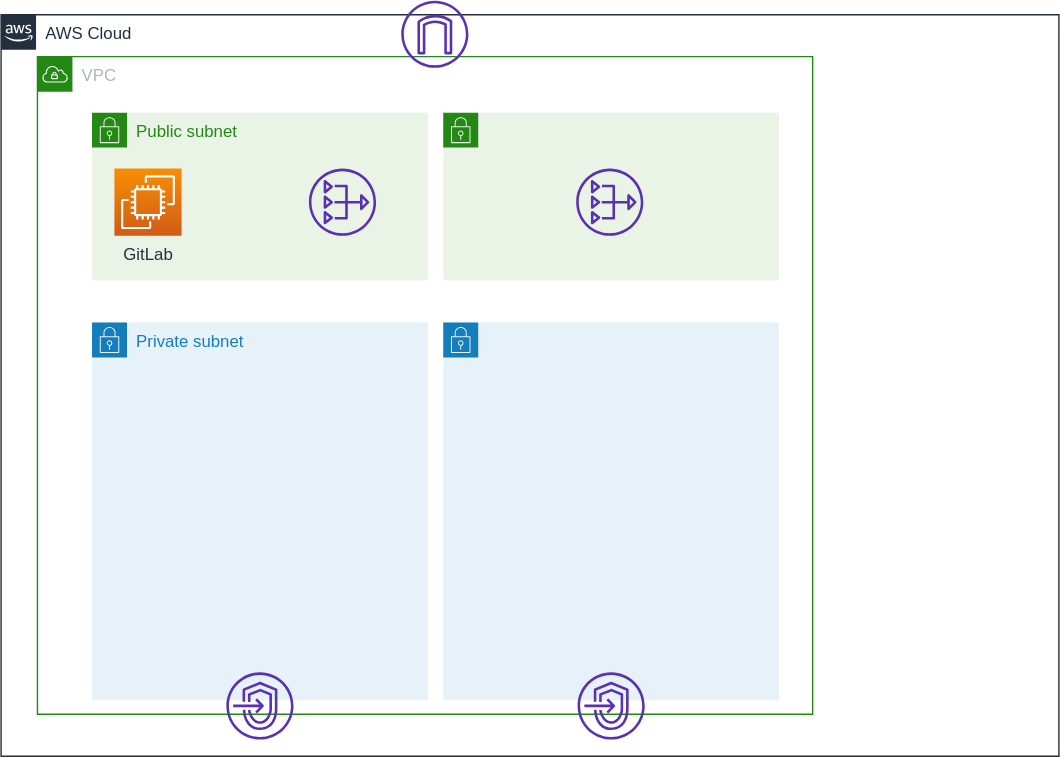
This is documents/images/use-gitlab.svg from moriryota62/ecs-cicd, a draw.io export, as it was before one commit. Source tidied: cells renumbered, new cells last; positions are measured from the earlier drawing's top-left corner, leaving out a move shared by most shapes. The source it was exported from:
```xml
<mxGraphModel>
  <root>
    <mxCell id="0" />
    <mxCell id="1" parent="0" />
    <mxCell id="2" value="AWS Cloud" style="gradientColor=none;html=1;whiteSpace=wrap;fontSize=12;fontStyle=0;shape=mxgraph.aws4.group;grIcon=mxgraph.aws4.group_aws_cloud_alt;strokeColor=#232F3E;fillColor=none;verticalAlign=top;align=left;spacingLeft=30;fontColor=#232F3E;dashed=0;" parent="1" vertex="1">
      <mxGeometry y="10" width="756" height="530" as="geometry" />
    </mxCell>
    <mxCell id="3" value="VPC" style="gradientColor=none;html=1;whiteSpace=wrap;fontSize=12;fontStyle=0;shape=mxgraph.aws4.group;grIcon=mxgraph.aws4.group_vpc;strokeColor=#248814;fillColor=none;verticalAlign=top;align=left;spacingLeft=30;fontColor=#AAB7B8;dashed=0;" parent="1" vertex="1">
      <mxGeometry x="26" y="40" width="554" height="470" as="geometry" />
    </mxCell>
    <mxCell id="4" value="Public subnet" style="gradientColor=none;html=1;whiteSpace=wrap;fontSize=12;fontStyle=0;shape=mxgraph.aws4.group;grIcon=mxgraph.aws4.group_security_group;grStroke=0;strokeColor=#248814;fillColor=#E9F3E6;verticalAlign=top;align=left;spacingLeft=30;fontColor=#248814;dashed=0;" parent="1" vertex="1">
      <mxGeometry x="65" y="80" width="240" height="120" as="geometry" />
    </mxCell>
    <mxCell id="5" style="gradientColor=none;html=1;whiteSpace=wrap;fontSize=12;fontStyle=0;shape=mxgraph.aws4.group;grIcon=mxgraph.aws4.group_security_group;grStroke=0;strokeColor=#248814;fillColor=#E9F3E6;verticalAlign=top;align=left;spacingLeft=30;fontColor=#248814;dashed=0;" parent="1" vertex="1">
      <mxGeometry x="316" y="80" width="240" height="120" as="geometry" />
    </mxCell>
    <mxCell id="6" value="GitLab" style="fontColor=#232F3E;gradientColor=#F78E04;gradientDirection=north;fillColor=#D05C17;strokeColor=#ffffff;dashed=0;verticalLabelPosition=bottom;verticalAlign=top;align=center;html=1;fontSize=12;fontStyle=0;shape=mxgraph.aws4.resourceIcon;resIcon=mxgraph.aws4.ec2;" parent="1" vertex="1">
      <mxGeometry x="81" y="120" width="48" height="48" as="geometry" />
    </mxCell>
    <mxCell id="7" style="fontColor=#232F3E;gradientColor=none;fillColor=#5A30B5;strokeColor=none;dashed=0;verticalLabelPosition=bottom;verticalAlign=top;align=center;html=1;fontSize=12;fontStyle=0;shape=mxgraph.aws4.internet_gateway;" parent="1" vertex="1">
      <mxGeometry x="286" width="48" height="48" as="geometry" />
    </mxCell>
    <mxCell id="8" value="Private subnet" style="gradientColor=none;html=1;whiteSpace=wrap;fontSize=12;fontStyle=0;shape=mxgraph.aws4.group;grIcon=mxgraph.aws4.group_security_group;grStroke=0;strokeColor=#147EBA;fillColor=#E6F2F8;verticalAlign=top;align=left;spacingLeft=30;fontColor=#147EBA;dashed=0;" parent="1" vertex="1">
      <mxGeometry x="65" y="230" width="240" height="270" as="geometry" />
    </mxCell>
    <mxCell id="9" style="gradientColor=none;html=1;whiteSpace=wrap;fontSize=12;fontStyle=0;shape=mxgraph.aws4.group;grIcon=mxgraph.aws4.group_security_group;grStroke=0;strokeColor=#147EBA;fillColor=#E6F2F8;verticalAlign=top;align=left;spacingLeft=30;fontColor=#147EBA;dashed=0;" parent="1" vertex="1">
      <mxGeometry x="316" y="230" width="240" height="270" as="geometry" />
    </mxCell>
    <mxCell id="10" style="fontColor=#232F3E;gradientColor=none;fillColor=#5A30B5;strokeColor=none;dashed=0;verticalLabelPosition=bottom;verticalAlign=top;align=center;html=1;fontSize=12;fontStyle=0;shape=mxgraph.aws4.nat_gateway;" parent="1" vertex="1">
      <mxGeometry x="411" y="120" width="48" height="48" as="geometry" />
    </mxCell>
    <mxCell id="11" style="fontColor=#232F3E;gradientColor=none;fillColor=#5A30B5;strokeColor=none;dashed=0;verticalLabelPosition=bottom;verticalAlign=top;align=center;html=1;fontSize=12;fontStyle=0;shape=mxgraph.aws4.endpoints;" parent="1" vertex="1">
      <mxGeometry x="161" y="480" width="48" height="48" as="geometry" />
    </mxCell>
    <mxCell id="12" style="fontColor=#232F3E;gradientColor=none;fillColor=#5A30B5;strokeColor=none;dashed=0;verticalLabelPosition=bottom;verticalAlign=top;align=center;html=1;fontSize=12;fontStyle=0;shape=mxgraph.aws4.endpoints;" parent="1" vertex="1">
      <mxGeometry x="412" y="480" width="48" height="48" as="geometry" />
    </mxCell>
    <mxCell id="13" style="fontColor=#232F3E;gradientColor=none;fillColor=#5A30B5;strokeColor=none;dashed=0;verticalLabelPosition=bottom;verticalAlign=top;align=center;html=1;fontSize=12;fontStyle=0;shape=mxgraph.aws4.nat_gateway;" parent="1" vertex="1">
      <mxGeometry x="220" y="120" width="48" height="48" as="geometry" />
    </mxCell>
  </root>
</mxGraphModel>
```
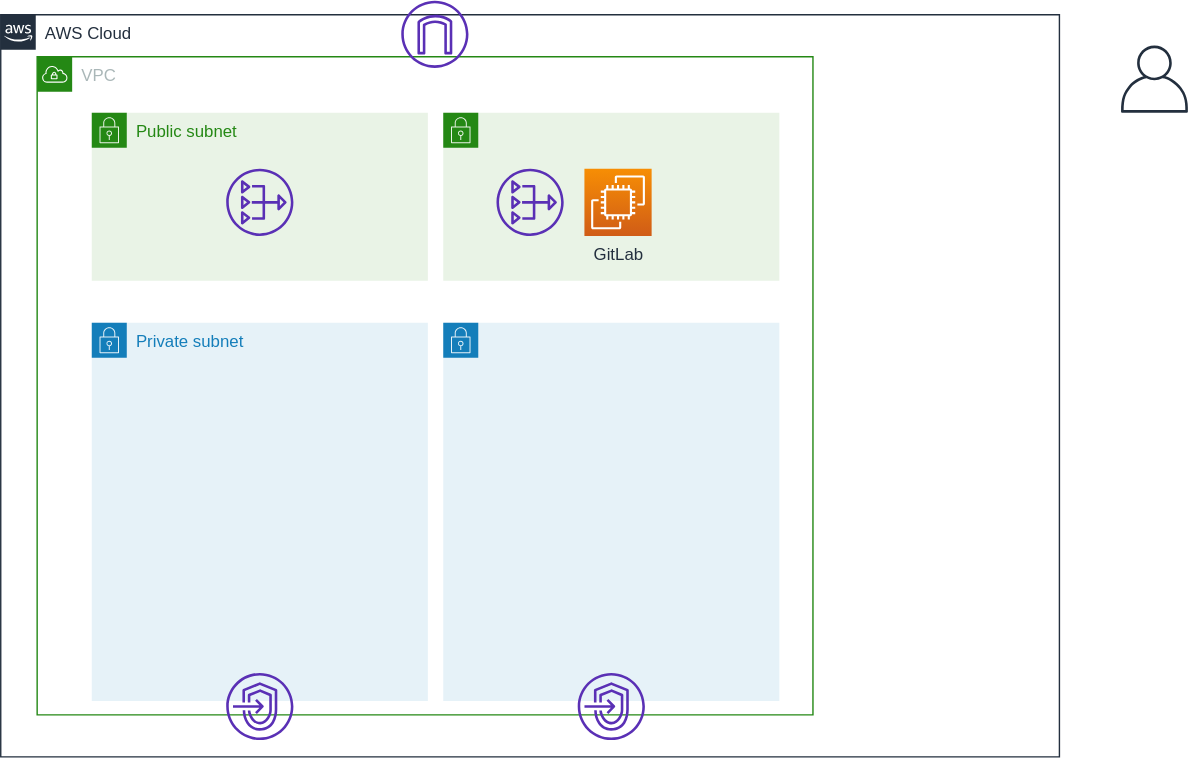
After the change.

Diff of the diagram source:
```diff
@@ -15,7 +15,7 @@
       <mxGeometry x="316" y="80" width="240" height="120" as="geometry" />
     </mxCell>
     <mxCell id="6" value="GitLab" style="fontColor=#232F3E;gradientColor=#F78E04;gradientDirection=north;fillColor=#D05C17;strokeColor=#ffffff;dashed=0;verticalLabelPosition=bottom;verticalAlign=top;align=center;html=1;fontSize=12;fontStyle=0;shape=mxgraph.aws4.resourceIcon;resIcon=mxgraph.aws4.ec2;" parent="1" vertex="1">
-      <mxGeometry x="81" y="120" width="48" height="48" as="geometry" />
+      <mxGeometry x="416.8" y="120" width="48" height="48" as="geometry" />
     </mxCell>
     <mxCell id="7" style="fontColor=#232F3E;gradientColor=none;fillColor=#5A30B5;strokeColor=none;dashed=0;verticalLabelPosition=bottom;verticalAlign=top;align=center;html=1;fontSize=12;fontStyle=0;shape=mxgraph.aws4.internet_gateway;" parent="1" vertex="1">
       <mxGeometry x="286" width="48" height="48" as="geometry" />
@@ -27,7 +27,7 @@
       <mxGeometry x="316" y="230" width="240" height="270" as="geometry" />
     </mxCell>
     <mxCell id="10" style="fontColor=#232F3E;gradientColor=none;fillColor=#5A30B5;strokeColor=none;dashed=0;verticalLabelPosition=bottom;verticalAlign=top;align=center;html=1;fontSize=12;fontStyle=0;shape=mxgraph.aws4.nat_gateway;" parent="1" vertex="1">
-      <mxGeometry x="411" y="120" width="48" height="48" as="geometry" />
+      <mxGeometry x="161" y="120" width="48" height="48" as="geometry" />
     </mxCell>
     <mxCell id="11" style="fontColor=#232F3E;gradientColor=none;fillColor=#5A30B5;strokeColor=none;dashed=0;verticalLabelPosition=bottom;verticalAlign=top;align=center;html=1;fontSize=12;fontStyle=0;shape=mxgraph.aws4.endpoints;" parent="1" vertex="1">
       <mxGeometry x="161" y="480" width="48" height="48" as="geometry" />
@@ -36,7 +36,10 @@
       <mxGeometry x="412" y="480" width="48" height="48" as="geometry" />
     </mxCell>
     <mxCell id="13" style="fontColor=#232F3E;gradientColor=none;fillColor=#5A30B5;strokeColor=none;dashed=0;verticalLabelPosition=bottom;verticalAlign=top;align=center;html=1;fontSize=12;fontStyle=0;shape=mxgraph.aws4.nat_gateway;" parent="1" vertex="1">
-      <mxGeometry x="220" y="120" width="48" height="48" as="geometry" />
+      <mxGeometry x="354" y="120" width="48" height="48" as="geometry" />
     </mxCell>
+    <mxCell id="14" style="fontColor=#232F3E;gradientColor=none;fillColor=#232F3E;strokeColor=none;dashed=0;verticalLabelPosition=bottom;verticalAlign=top;align=center;html=1;fontSize=12;fontStyle=0;shape=mxgraph.aws4.user;" parent="1" vertex="1">
+      <mxGeometry x="800" y="32" width="48" height="48" as="geometry" />
+    </mxCell>
   </root>
 </mxGraphModel>
```
